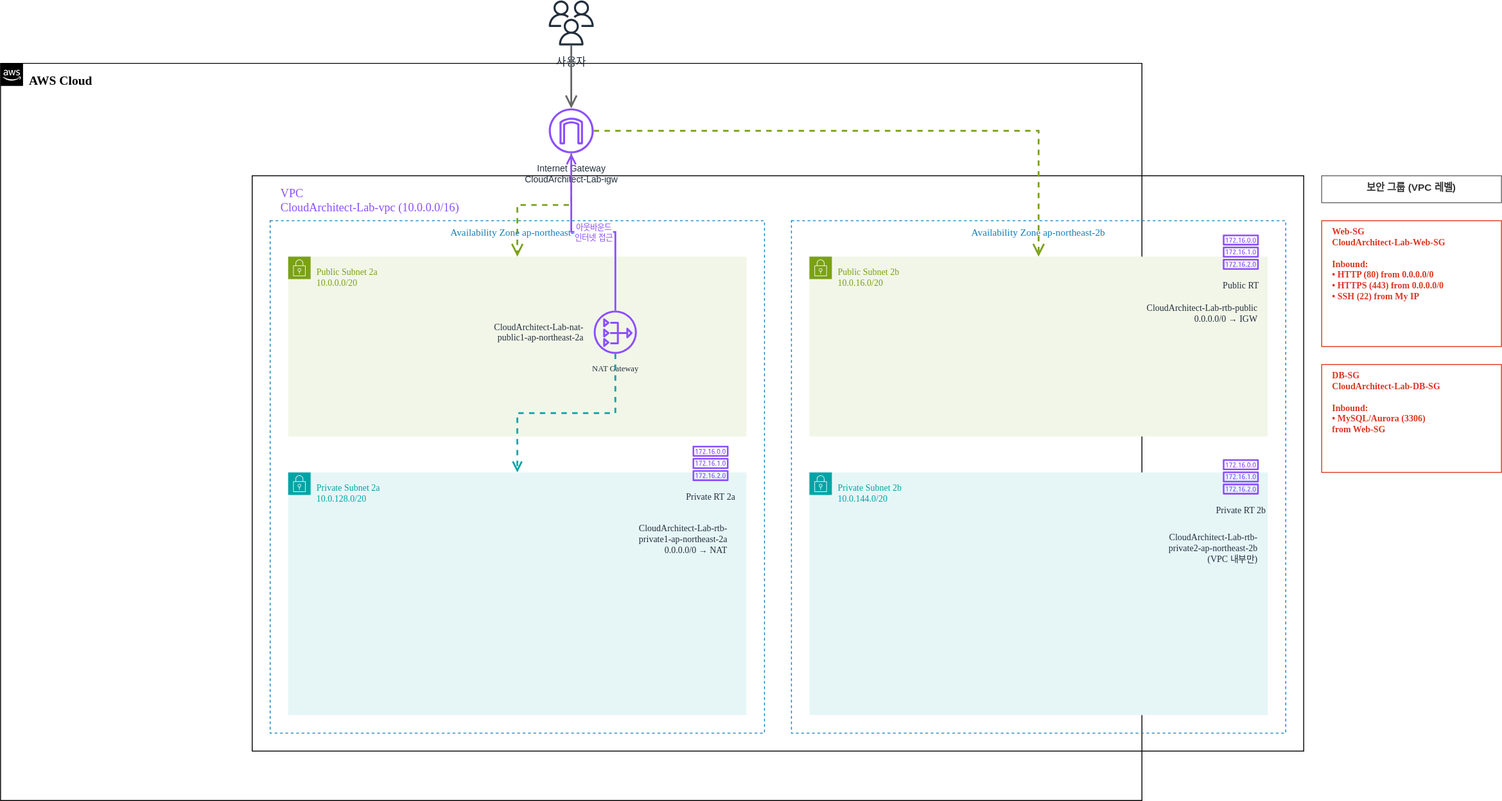
Before: public/images/week3/3-2-architecture-diagram.svg, a diagram exported from draw.io (yh00615/cloud_architecture). Source tidied: cells renumbered, new cells last; positions are measured from the earlier drawing's top-left corner, leaving out a move shared by most shapes.
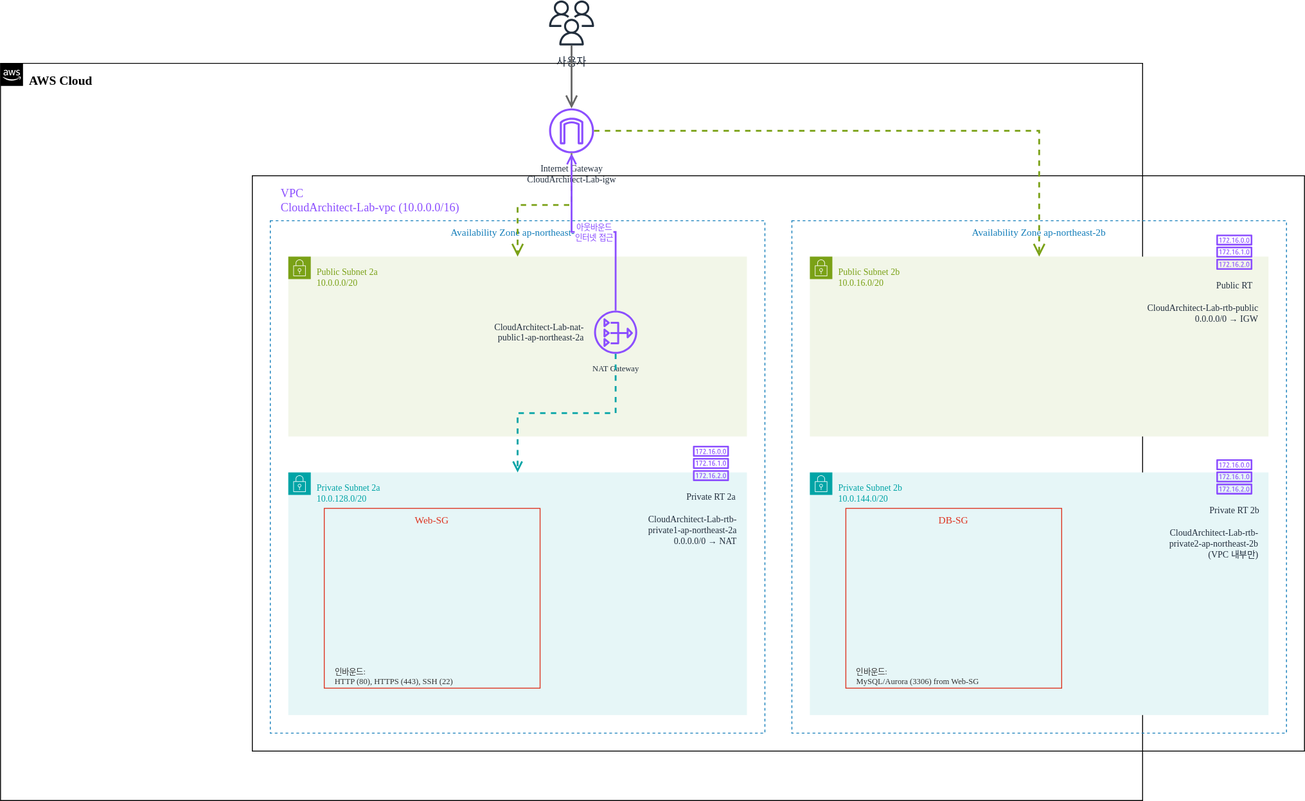
After the change.

Diff of the diagram source:
```diff
@@ -2,13 +2,13 @@
   <root>
     <mxCell id="0" />
     <mxCell id="1" parent="0" />
-    <mxCell id="2" value="사용자" style="sketch=0;outlineConnect=0;fontColor=#232F3E;gradientColor=none;fillColor=#232F3D;strokeColor=none;dashed=0;verticalLabelPosition=bottom;spacingTop=5;verticalAlign=top;align=center;html=1;fontSize=12;fontStyle=0;shape=mxgraph.aws4.users;fontFamily=Helvetica;" parent="1" vertex="1">
+    <mxCell id="2" value="사용자" style="sketch=0;outlineConnect=0;fontColor=#232F3E;gradientColor=none;fillColor=#232F3D;strokeColor=none;dashed=0;verticalLabelPosition=bottom;spacingTop=5;verticalAlign=top;align=center;html=1;fontSize=12;fontStyle=0;shape=mxgraph.aws4.users;fontFamily=Verdana;" parent="1" vertex="1">
       <mxGeometry x="610" width="50" height="50" as="geometry" />
     </mxCell>
     <mxCell id="3" value="AWS Cloud" style="gradientColor=none;html=1;whiteSpace=wrap;fontSize=14;fontStyle=1;shape=mxgraph.aws4.group;grIcon=mxgraph.aws4.group_aws_cloud_alt;stroke=#232F3E;fillColor=none;verticalAlign=top;align=left;spacingLeft=30;spacingTop=5;dashed=0;fontFamily=Verdana;" parent="1" vertex="1">
       <mxGeometry y="70" width="1270" height="820" as="geometry" />
     </mxCell>
-    <mxCell id="4" value="Internet Gateway&#10;CloudArchitect-Lab-igw" style="sketch=0;outlineConnect=0;fontColor=#232F3E;gradientColor=none;fillColor=#8C4FFF;strokeColor=none;dashed=0;verticalLabelPosition=bottom;spacingTop=5;verticalAlign=top;align=center;html=1;fontSize=10;fontStyle=0;shape=mxgraph.aws4.internet_gateway;fontFamily=Helvetica;" parent="1" vertex="1">
+    <mxCell id="4" value="Internet Gateway&#10;CloudArchitect-Lab-igw" style="sketch=0;outlineConnect=0;fontColor=#232F3E;gradientColor=none;fillColor=#8C4FFF;strokeColor=none;dashed=0;verticalLabelPosition=bottom;spacingTop=5;verticalAlign=top;align=center;html=1;fontSize=10;fontStyle=0;shape=mxgraph.aws4.internet_gateway;fontFamily=Verdana;" parent="1" vertex="1">
       <mxGeometry x="610" y="120" width="50" height="50" as="geometry" />
     </mxCell>
     <mxCell id="5" value="VPC&#10;CloudArchitect-Lab-vpc (10.0.0.0/16)" style="gradientColor=none;html=1;whiteSpace=wrap;fontSize=13;fontStyle=0;recursiveRehape=mxgraph.aws4.group;grIcon=mxgraph.aws4.group_vpc2;stroke=#8C4FFF;fillColor=none;verticalAlign=top;align=left;spacingLeft=30;spacingTop=5;fontColor=#8C4FFF;dashed=0;fontFamily=Verdana;" parent="1" vertex="1">
@@ -38,8 +38,20 @@
     <mxCell id="13" value="CloudArchitect-Lab-nat-&#10;public1-ap-northeast-2a" style="text;html=1;align=right;verticalAlign=middle;strokeColor=none;fillColor=none;fontSize=10;fontColor=#232F3E;fontFamily=Verdana;" parent="5" vertex="1">
       <mxGeometry x="220" y="154" width="150" height="40" as="geometry" />
     </mxCell>
+    <mxCell id="28" value="Web-SG" style="fillColor=none;strokeColor=#DD3522;verticalAlign=top;fontStyle=0;fontColor=#DD3522;fontSize=11;whiteSpace=wrap;html=1;fontFamily=Verdana;" parent="5" vertex="1">
+      <mxGeometry x="80" y="370" width="240" height="200" as="geometry" />
+    </mxCell>
+    <mxCell id="29" value="인바운드:&#10;HTTP (80), HTTPS (443), SSH (22)" style="text;html=1;align=left;verticalAlign=top;strokeColor=none;fillColor=none;fontColor=#333333;fontSize=9;fontFamily=Verdana;" parent="5" vertex="1">
+      <mxGeometry x="90" y="540" width="180" height="30" as="geometry" />
+    </mxCell>
+    <mxCell id="30" value="DB-SG" style="fillColor=none;strokeColor=#DD3522;verticalAlign=top;fontStyle=0;fontColor=#DD3522;fontSize=11;whiteSpace=wrap;html=1;fontFamily=Verdana;" parent="5" vertex="1">
+      <mxGeometry x="660" y="370" width="240" height="200" as="geometry" />
+    </mxCell>
+    <mxCell id="31" value="인바운드:&#10;MySQL/Aurora (3306) from Web-SG" style="text;html=1;align=left;verticalAlign=top;strokeColor=none;fillColor=none;fontColor=#333333;fontSize=9;fontFamily=Verdana;" parent="5" vertex="1">
+      <mxGeometry x="670" y="540" width="200" height="30" as="geometry" />
+    </mxCell>
     <mxCell id="14" value="Public RT" style="sketch=0;fontColor=#232F3E;gradientColor=none;fillColor=#8C4FFF;strokeColor=none;dashed=0;verticalLabelPosition=bottom;spacingTop=5;verticalAlign=top;align=center;html=1;fontSize=10;fontStyle=0;shape=mxgraph.aws4.route_table;fontFamily=Verdana;" parent="5" vertex="1">
-      <mxGeometry x="1080" y="65" width="40" height="40" as="geometry" />
+      <mxGeometry x="1072" y="65" width="40" height="40" as="geometry" />
     </mxCell>
     <mxCell id="15" value="CloudArchitect-Lab-rtb-public&#10;0.0.0.0/0 → IGW" style="text;html=1;align=right;verticalAlign=top;strokeColor=none;fillColor=none;fontSize=10;fontColor=#232F3E;fontFamily=Verdana;" parent="5" vertex="1">
       <mxGeometry x="950" y="135" width="170" height="40" as="geometry" />
@@ -48,20 +60,14 @@
       <mxGeometry x="490" y="300" width="40" height="40" as="geometry" />
     </mxCell>
     <mxCell id="17" value="CloudArchitect-Lab-rtb-&#10;private1-ap-northeast-2a&#10;0.0.0.0/0 → NAT" style="text;html=1;align=right;verticalAlign=top;strokeColor=none;fillColor=none;fontSize=10;fontColor=#232F3E;fontFamily=Verdana;" parent="5" vertex="1">
-      <mxGeometry x="380" y="380" width="150" height="50" as="geometry" />
+      <mxGeometry x="390" y="370" width="150" height="50" as="geometry" />
     </mxCell>
     <mxCell id="18" value="Private RT 2b" style="sketch=0;fontColor=#232F3E;gradientColor=none;fillColor=#8C4FFF;strokeColor=none;dashed=0;verticalLabelPosition=bottom;spacingTop=5;verticalAlign=top;align=center;html=1;fontSize=10;fontStyle=0;shape=mxgraph.aws4.route_table;fontFamily=Verdana;" parent="5" vertex="1">
-      <mxGeometry x="1080" y="315" width="40" height="40" as="geometry" />
+      <mxGeometry x="1072" y="315" width="40" height="40" as="geometry" />
     </mxCell>
     <mxCell id="19" value="CloudArchitect-Lab-rtb-&#10;private2-ap-northeast-2b&#10;(VPC 내부만)" style="text;html=1;align=right;verticalAlign=top;strokeColor=none;fillColor=none;fontSize=10;fontColor=#232F3E;fontFamily=Verdana;" parent="5" vertex="1">
-      <mxGeometry x="970" y="390" width="150" height="50" as="geometry" />
+      <mxGeometry x="970" y="385" width="150" height="50" as="geometry" />
     </mxCell>
-    <mxCell id="20" value="Web-SG&#10;CloudArchitect-Lab-Web-SG&#10;&#10;Inbound:&#10;• HTTP (80) from 0.0.0.0/0&#10;• HTTPS (443) from 0.0.0.0/0&#10;• SSH (22) from My IP" style="fillColor=none;strokeColor=#DD3522;verticalAlign=top;fontStyle=1;fontColor=#DD3522;fontSize=10;whiteSpace=wrap;html=1;align=left;spacingLeft=10;fontFamily=Verdana;" parent="1" vertex="1">
-      <mxGeometry x="1470" y="245" width="200" height="140" as="geometry" />
-    </mxCell>
-    <mxCell id="21" value="DB-SG&#10;CloudArchitect-Lab-DB-SG&#10;&#10;Inbound:&#10;• MySQL/Aurora (3306)&#10;  from Web-SG" style="fillColor=none;strokeColor=#DD3522;verticalAlign=top;fontStyle=1;fontColor=#DD3522;fontSize=10;whiteSpace=wrap;html=1;align=left;spacingLeft=10;fontFamily=Verdana;" parent="1" vertex="1">
-      <mxGeometry x="1470" y="405" width="200" height="120" as="geometry" />
-    </mxCell>
     <mxCell id="22" style="edgeStyle=orthogonalEdgeStyle;html=1;endArrow=open;endFill=0;endSize=10;strokeColor=#666666;strokeWidth=2;rounded=0;" parent="1" edge="1" source="2" target="4">
       <mxGeometry relative="1" as="geometry" />
     </mxCell>
@@ -71,14 +77,11 @@
     <mxCell id="24" style="edgeStyle=orthogonalEdgeStyle;html=1;endArrow=open;endFill=0;endSize=10;strokeColor=#7AA116;strokeWidth=2;rounded=0;dashed=1;" parent="1" edge="1" source="4" target="9">
       <mxGeometry relative="1" as="geometry" />
     </mxCell>
-    <mxCell id="25" value="아웃바운드&#10;인터넷 접근" style="edgeStyle=orthogonalEdgeStyle;html=1;endArrow=open;endFill=0;endSize=8;strokeColor=#8C4FFF;strokeWidth=2;rounded=0;fontSize=9;fontColor=#8C4FFF;labelBackgroundColor=#FFFFFF;" parent="1" edge="1" source="12" target="4">
+    <mxCell id="25" value="아웃바운드&#10;인터넷 접근" style="edgeStyle=orthogonalEdgeStyle;html=1;endArrow=open;endFill=0;endSize=8;strokeColor=#8C4FFF;strokeWidth=2;rounded=0;fontSize=9;fontColor=#8C4FFF;labelBackgroundColor=#FFFFFF;fontFamily=Verdana;" parent="1" edge="1" source="12" target="4">
       <mxGeometry relative="1" as="geometry" />
     </mxCell>
     <mxCell id="26" style="edgeStyle=orthogonalEdgeStyle;html=1;endArrow=open;endFill=0;endSize=8;strokeColor=#00A4A6;strokeWidth=2;rounded=0;dashed=1;" parent="1" edge="1" source="12" target="10">
       <mxGeometry relative="1" as="geometry" />
     </mxCell>
-    <mxCell id="27" value="보안 그룹 (VPC 레벨)" style="fillColor=#FFFFFF;strokeColor=#666666;verticalAlign=top;fontStyle=1;fontColor=#333333;fontSize=11;whiteSpace=wrap;html=1;align=center;" parent="1" vertex="1">
-      <mxGeometry x="1470" y="195" width="200" height="30" as="geometry" />
-    </mxCell>
   </root>
 </mxGraphModel>
```
